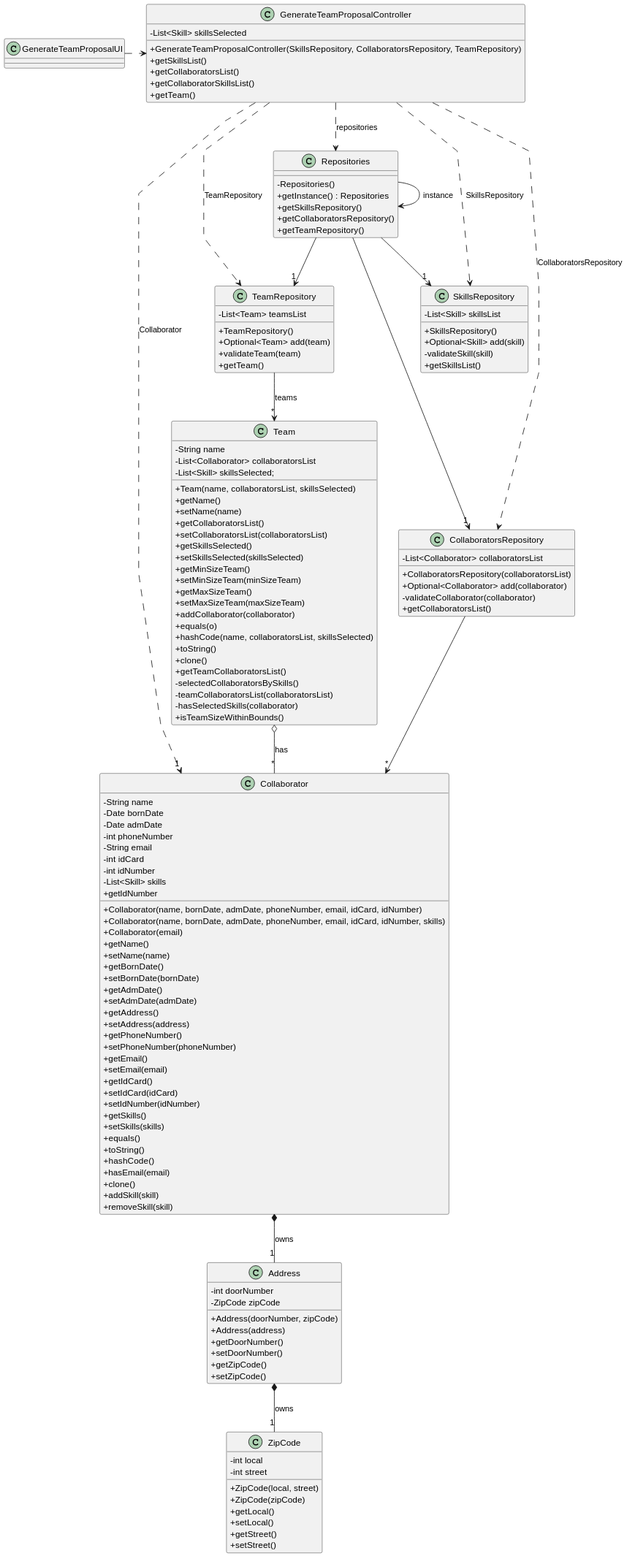
The PlantUML diagram docs/sprint2/us005/03.design/svg/us005-class-diagram.svg in 1231360-ISEP/lei-24-s2-1db-g021, before a commit.
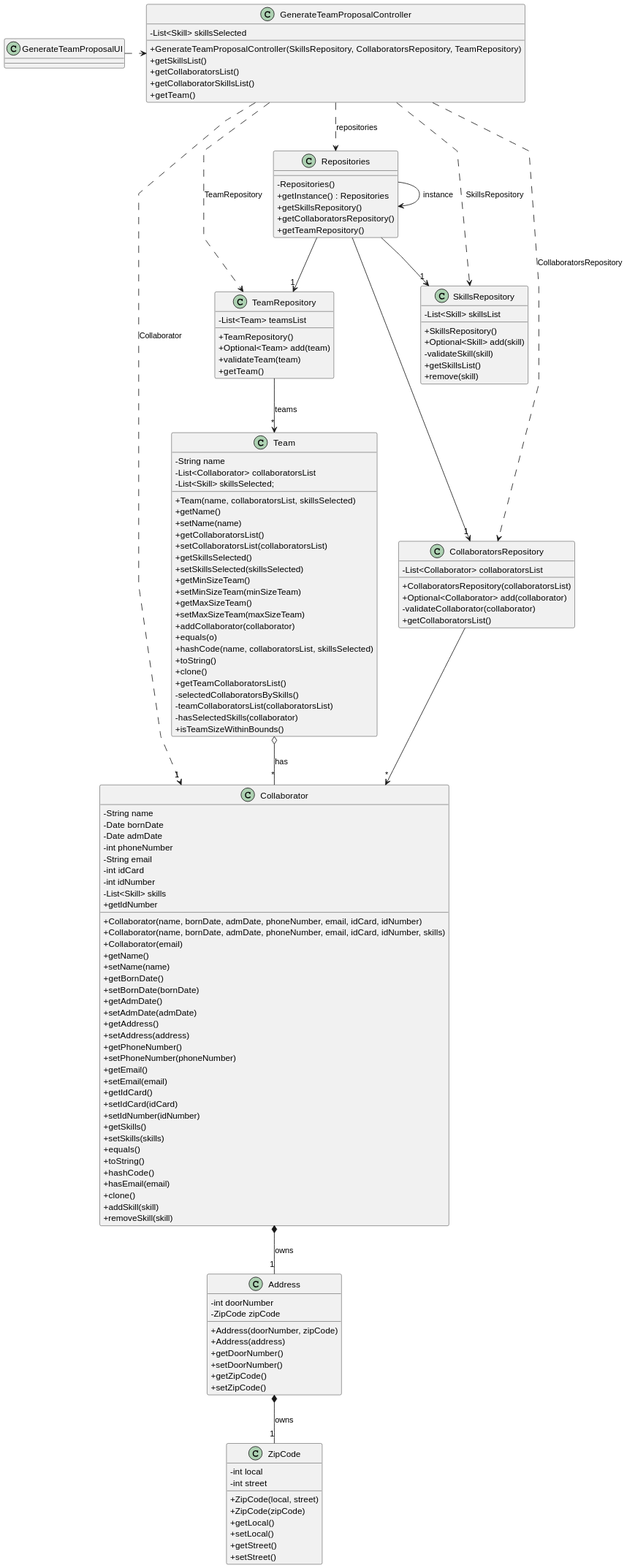
Later version of the same file.

Commit message:
Update US05 - Class Diagram and SVG

Diff of the diagram source:
```diff
@@ -79,6 +79,7 @@
     + Optional<Skill> add(skill)
     - validateSkill(skill)
     + getSkillsList()
+    + remove(skill)
 }
 
 class Address {
```
